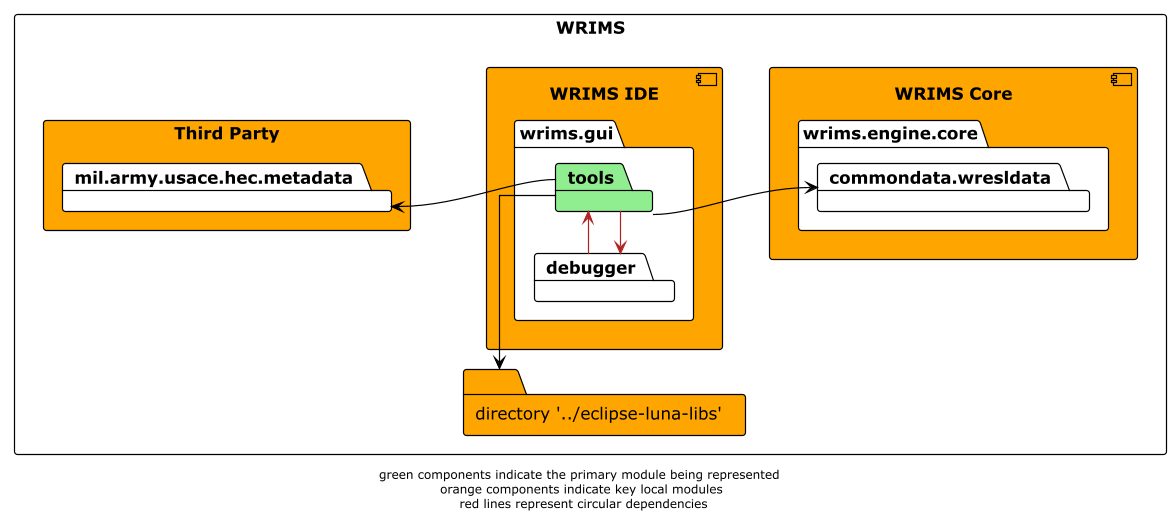
CentralValleyModeling/wrims-gui keeps this PlantUML diagram as docs/diagrams/wrims-modules/wrims-ide/wrims-ide_tools.png. Above is the earlier version.
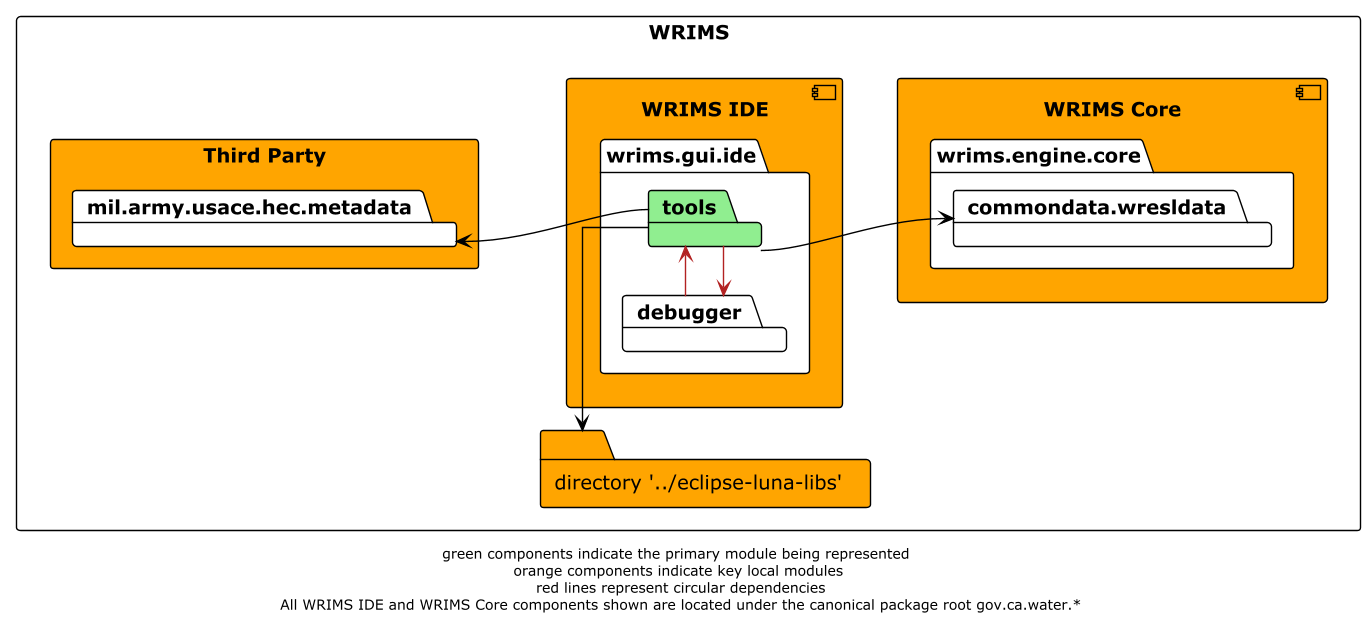
Later version of the same file.

The edit, as a diff of the source:
```diff
@@ -6,7 +6,7 @@
 
 rectangle WRIMS {
     component wrims-ide as "WRIMS IDE" #orange {
-        package wrims.gui {
+        package wrims.gui.ide {
             package tools #lightgreen
             package debugger
         }
@@ -30,5 +30,5 @@
 
 debugger -> tools #firebrick
 
-footer "green components indicate the primary module being represented \n orange components indicate key local modules \n red lines represent circular dependencies"
+footer "green components indicate the primary module being represented \n orange components indicate key local modules \n red lines represent circular dependencies\n All WRIMS IDE and WRIMS Core components shown are located under the canonical package root gov.ca.water.*"
 @enduml
```
